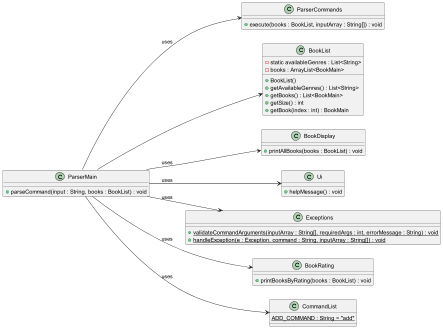
Earlier version of the PlantUML export docs/UML_diagrams/ParserMain.png (AY2324S2-CS2113-F15-4/tp).
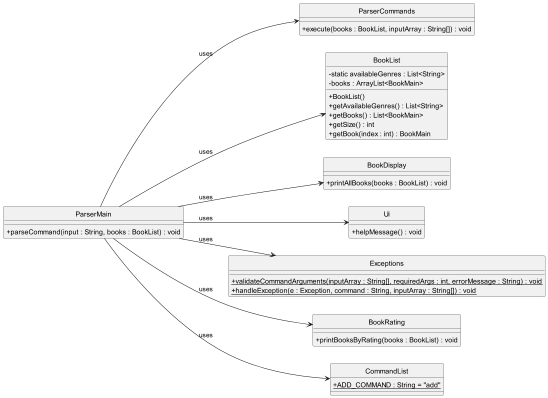
After the change.

Change to the diagram source:
```diff
@@ -1,6 +1,9 @@
 @startuml
+hide circle
+skinparam classAttributeIconSize 0
+left to right direction
 scale 2000 * 1500
-left to right direction
+
 class ParserMain {
     +parseCommand(input : String, books : BookList) : void
 }
@@ -37,11 +40,11 @@
 }
 
 class CommandList {
-    {static} ADD_COMMAND : String = "add"
+    {static} +ADD_COMMAND : String = "add"
 }
 
 ParserMain --> ParserCommands : uses
-ParserMain --> BookList
+ParserMain --> BookList : uses
 ParserMain --> BookDisplay : uses
 ParserMain --> Ui : uses
 ParserMain --> Exceptions : uses
```
